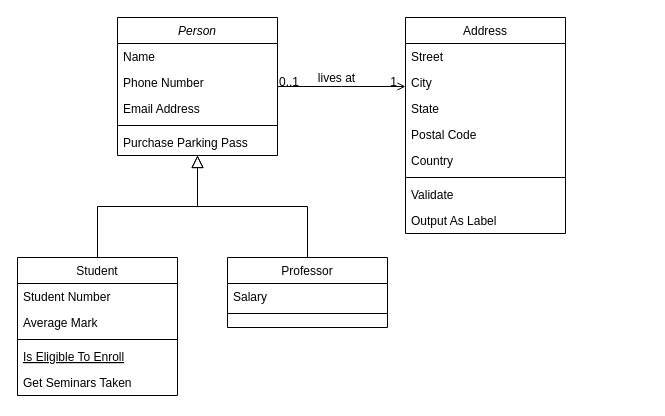
Earlier version of the draw.io diagram Untitled Diagram.drawio (chenky/diagrams). Source tidied: cells renumbered, new cells numbered last; positions are measured from the earlier drawing's top-left corner, leaving out a move shared by most shapes. Both pictures are drawn from the tidied source at 100%, with x=0, y=0 at pixel (17, 17).
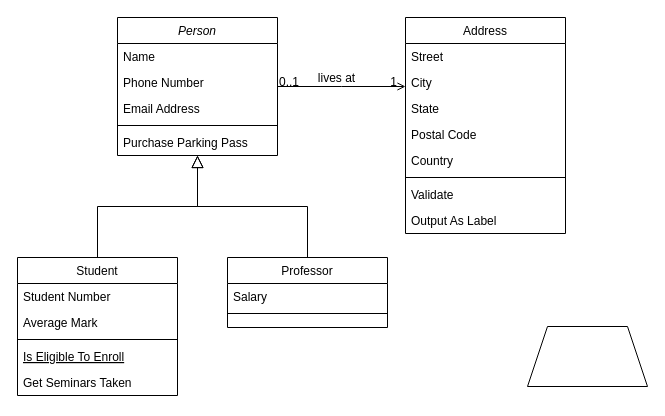
After the change.

Change to the diagram source:
```diff
@@
+    <mxCell id="32" style="shape=trapezoid;perimeter=trapezoidPerimeter;whiteSpace=wrap;html=1;fixedSize=1;" parent="1" vertex="1">
+      <mxGeometry x="510" y="309" width="120" height="60" as="geometry" />
+    </mxCell>
```
